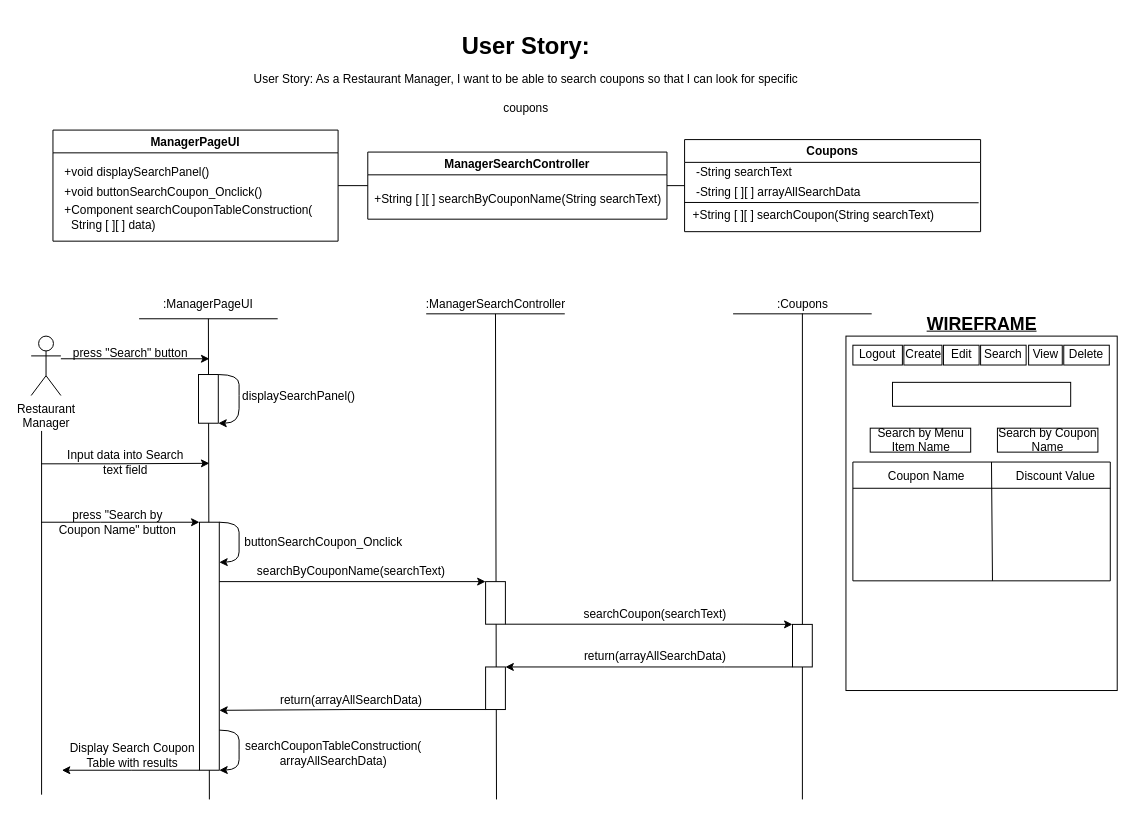
This is BCE_UML_and_Diagrams/RestaurantManager/RestaurantManager_SearchCoupons(#424)/UserStory#424_SearchCoupons.drawio from extred5700/JAVAGUI-Restaurant-Table-Order-System, a draw.io file, before an edit. Source tidied: cells renumbered, new cells numbered last; positions are measured from the earlier drawing's top-left corner, leaving out a move shared by most shapes. Both pictures are drawn from the tidied source at 99%, with x=0, y=0 at pixel (31, 27).
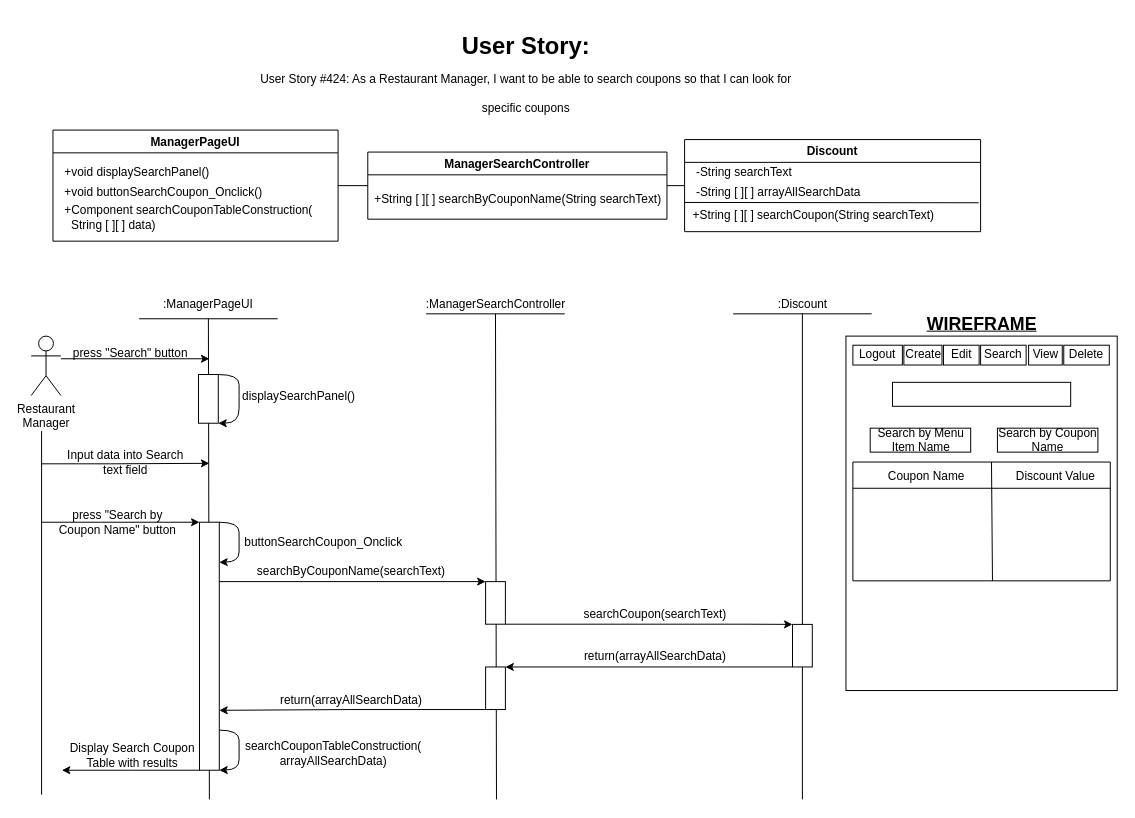
The same page after the edit.

Change to the diagram source:
```diff
@@
-    <mxCell id="2" value="Coupons" style="swimlane;" parent="1" vertex="1">
+    <mxCell id="2" value="Discount" style="swimlane;" parent="1" vertex="1">
       <mxGeometry x="660" y="113.5" width="299" height="93" as="geometry" />
     </mxCell>
@@
-    <mxCell id="20" value=":Coupons" style="text;html=1;align=center;verticalAlign=middle;points=[];strokeColor=none;fillColor=none;" parent="1" vertex="1">
+    <mxCell id="20" value=":Discount" style="text;html=1;align=center;verticalAlign=middle;points=[];strokeColor=none;fillColor=none;" parent="1" vertex="1">
       <mxGeometry x="744" y="269.5" width="70" height="20" as="geometry" />
     </mxCell>
@@
-    <mxCell id="63" value="&lt;h1&gt;User Story:&lt;br&gt;&lt;font style=&quot;font-size: 12px ; font-weight: normal&quot;&gt;User Story: As a Restaurant Manager, I want to be able to search coupons so that I can look for specific coupons&lt;br&gt;&lt;/font&gt;&lt;/h1&gt;" style="text;html=1;strokeColor=none;fillColor=none;spacing=5;spacingTop=-20;whiteSpace=wrap;overflow=hidden;rounded=0;align=center;" parent="1" vertex="1">
+    <mxCell id="63" value="&lt;h1&gt;User Story:&lt;br&gt;&lt;font style=&quot;font-size: 12px ; font-weight: normal&quot;&gt;User Story #424: As a Restaurant Manager, I want to be able to search coupons so that I can look for specific coupons&lt;br&gt;&lt;/font&gt;&lt;/h1&gt;" style="text;html=1;strokeColor=none;fillColor=none;spacing=5;spacingTop=-20;whiteSpace=wrap;overflow=hidden;rounded=0;align=center;" parent="1" vertex="1">
       <mxGeometry x="210" width="580" height="100" as="geometry" />
     </mxCell>
```
